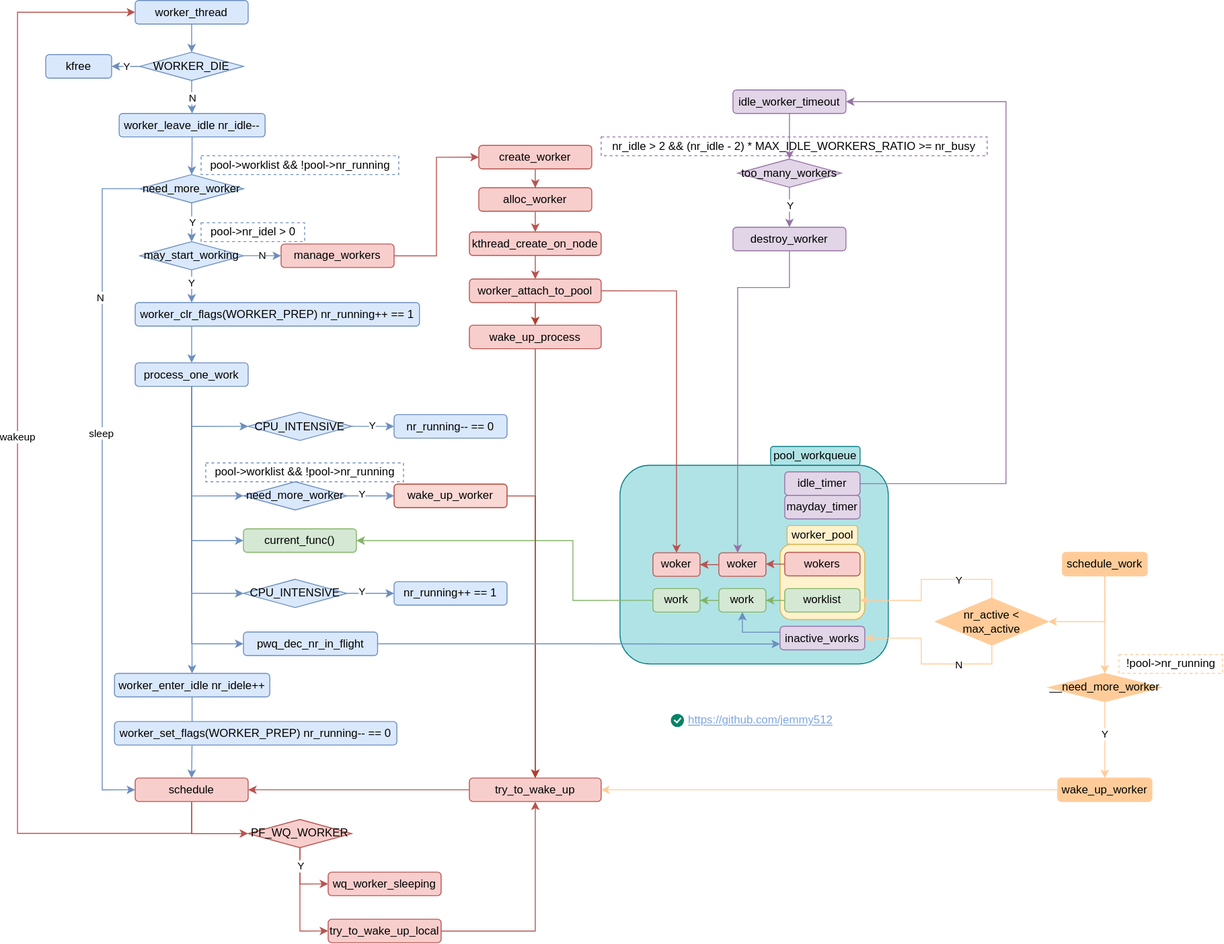
Above: images/kernel/proc-cmwq-flow.svg in jemmy512/book-notes (draw.io), before the change. Source tidied: cells renumbered, new cells last; positions are measured from the earlier drawing's top-left corner, leaving out a move shared by most shapes.
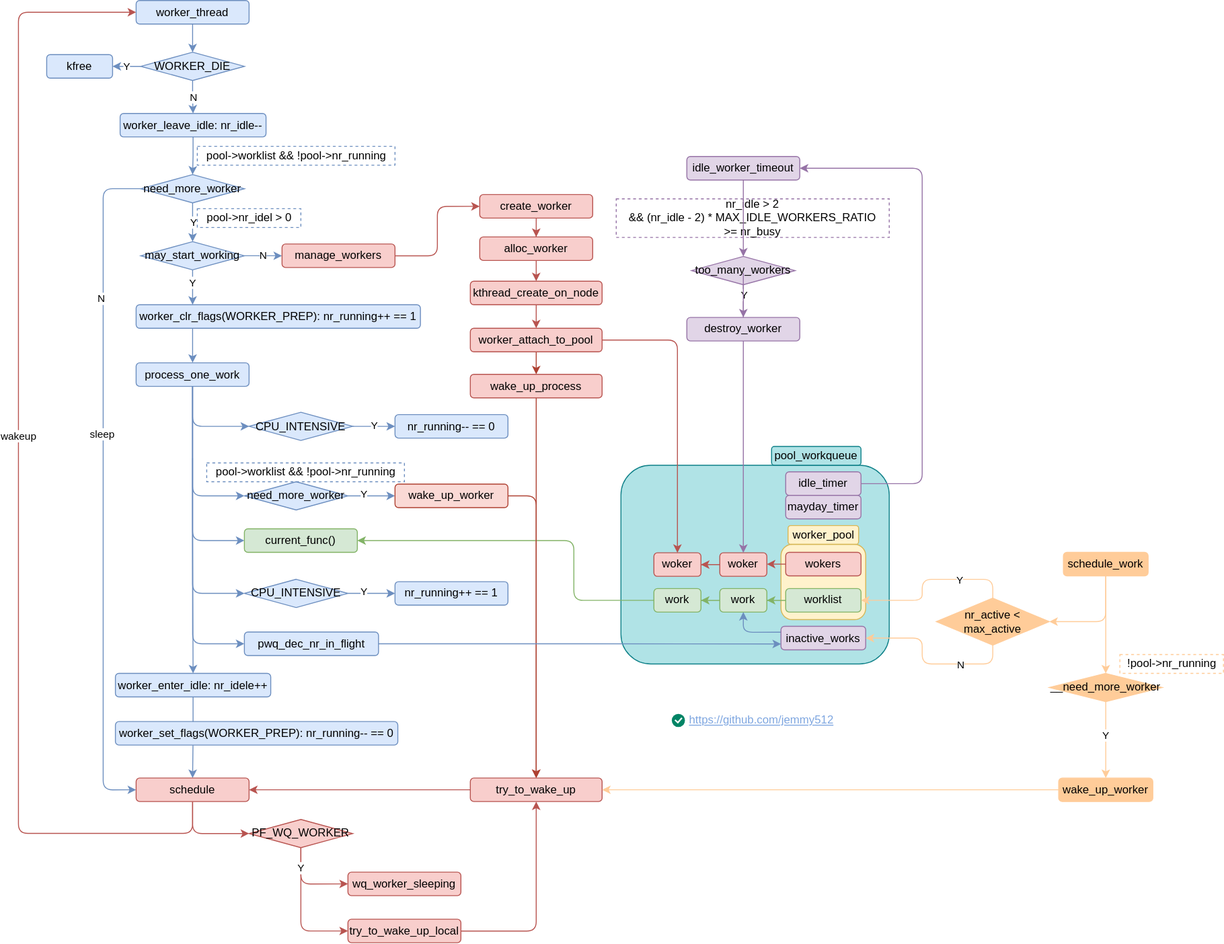
The same diagram one commit later.

Change to the diagram source:
```diff
@@ -1,2 +1,2 @@
-<mxGraphModel>
+<mxGraphModel background="#ffffff">
   <root>
@@ -33,3 +33,3 @@
     </mxCell>
-    <mxCell id="11" value="worker_leave_idle nr_idle--" style="rounded=1;whiteSpace=wrap;html=1;fillColor=#dae8fc;strokeColor=#6c8ebf;" parent="1" vertex="1">
+    <mxCell id="11" value="worker_leave_idle: nr_idle--" style="rounded=1;whiteSpace=wrap;html=1;fillColor=#dae8fc;strokeColor=#6c8ebf;" parent="1" vertex="1">
       <mxGeometry x="108" y="120" width="155" height="25" as="geometry" />
@@ -45,3 +45,3 @@
     </mxCell>
-    <mxCell id="15" style="edgeStyle=orthogonalEdgeStyle;rounded=0;jettySize=auto;html=1;entryX=0;entryY=0.5;entryDx=0;entryDy=0;exitX=0;exitY=0.5;exitDx=0;exitDy=0;fillColor=#dae8fc;strokeColor=#6c8ebf;" parent="1" edge="1" source="14" target="43">
+    <mxCell id="15" style="edgeStyle=orthogonalEdgeStyle;rounded=1;jettySize=auto;html=1;entryX=0;entryY=0.5;entryDx=0;entryDy=0;exitX=0;exitY=0.5;exitDx=0;exitDy=0;fillColor=#dae8fc;strokeColor=#6c8ebf;curved=0;" parent="1" edge="1" source="14" target="43">
       <mxGeometry relative="1" as="geometry">
@@ -78,3 +78,3 @@
     </mxCell>
-    <mxCell id="22" style="edgeStyle=orthogonalEdgeStyle;rounded=0;jettySize=auto;html=1;entryX=0;entryY=0.5;entryDx=0;entryDy=0;fillColor=#f8cecc;strokeColor=#b85450;" parent="1" edge="1" source="23" target="25">
+    <mxCell id="22" style="edgeStyle=orthogonalEdgeStyle;rounded=1;jettySize=auto;html=1;entryX=0;entryY=0.5;entryDx=0;entryDy=0;fillColor=#f8cecc;strokeColor=#b85450;curved=0;" parent="1" edge="1" source="23" target="25">
       <mxGeometry relative="1" as="geometry" />
@@ -88,5 +88,5 @@
     <mxCell id="25" value="create_worker" style="rounded=1;whiteSpace=wrap;html=1;fillColor=#f8cecc;strokeColor=#b85450;" parent="1" vertex="1">
-      <mxGeometry x="490" y="154" width="120" height="25" as="geometry" />
+      <mxGeometry x="490" y="206.2" width="120" height="25" as="geometry" />
     </mxCell>
-    <mxCell id="26" style="edgeStyle=orthogonalEdgeStyle;rounded=0;jettySize=auto;html=1;entryX=0;entryY=0.5;entryDx=0;entryDy=0;fillColor=#dae8fc;strokeColor=#6c8ebf;" parent="1" edge="1" target="35">
+    <mxCell id="26" style="edgeStyle=orthogonalEdgeStyle;rounded=1;jettySize=auto;html=1;entryX=0;entryY=0.5;entryDx=0;entryDy=0;fillColor=#dae8fc;strokeColor=#6c8ebf;curved=0;" parent="1" edge="1" target="35">
       <mxGeometry relative="1" as="geometry">
@@ -98,3 +98,3 @@
     </mxCell>
-    <mxCell id="27" style="edgeStyle=orthogonalEdgeStyle;rounded=0;jettySize=auto;html=1;entryX=0;entryY=0.5;entryDx=0;entryDy=0;fillColor=#dae8fc;strokeColor=#6c8ebf;exitX=0.5;exitY=1;exitDx=0;exitDy=0;" parent="1" edge="1" source="32" target="38">
+    <mxCell id="27" style="edgeStyle=orthogonalEdgeStyle;rounded=1;jettySize=auto;html=1;entryX=0;entryY=0.5;entryDx=0;entryDy=0;fillColor=#dae8fc;strokeColor=#6c8ebf;exitX=0.5;exitY=1;exitDx=0;exitDy=0;curved=0;" parent="1" edge="1" source="32" target="38">
       <mxGeometry relative="1" as="geometry" />
@@ -104,9 +104,9 @@
     </mxCell>
-    <mxCell id="29" style="edgeStyle=orthogonalEdgeStyle;rounded=0;jettySize=auto;html=1;entryX=0;entryY=0.5;entryDx=0;entryDy=0;fillColor=#dae8fc;strokeColor=#6c8ebf;" parent="1" edge="1" source="32" target="88">
+    <mxCell id="29" style="edgeStyle=orthogonalEdgeStyle;rounded=1;jettySize=auto;html=1;entryX=0;entryY=0.5;entryDx=0;entryDy=0;fillColor=#dae8fc;strokeColor=#6c8ebf;curved=0;" parent="1" edge="1" source="32" target="88">
       <mxGeometry relative="1" as="geometry" />
     </mxCell>
-    <mxCell id="30" style="edgeStyle=orthogonalEdgeStyle;rounded=0;jettySize=auto;html=1;entryX=0;entryY=0.5;entryDx=0;entryDy=0;fillColor=#dae8fc;strokeColor=#6c8ebf;" parent="1" edge="1" source="32" target="91">
+    <mxCell id="30" style="edgeStyle=orthogonalEdgeStyle;rounded=1;jettySize=auto;html=1;entryX=0;entryY=0.5;entryDx=0;entryDy=0;fillColor=#dae8fc;strokeColor=#6c8ebf;curved=0;" parent="1" edge="1" source="32" target="91">
       <mxGeometry relative="1" as="geometry" />
     </mxCell>
-    <mxCell id="31" style="edgeStyle=orthogonalEdgeStyle;rounded=0;jettySize=auto;html=1;entryX=0;entryY=0.5;entryDx=0;entryDy=0;fillColor=#dae8fc;strokeColor=#6c8ebf;" parent="1" edge="1" source="32" target="116">
+    <mxCell id="31" style="edgeStyle=orthogonalEdgeStyle;rounded=1;jettySize=auto;html=1;entryX=0;entryY=0.5;entryDx=0;entryDy=0;fillColor=#dae8fc;strokeColor=#6c8ebf;curved=0;" parent="1" edge="1" source="32" target="116">
       <mxGeometry relative="1" as="geometry">
@@ -129,3 +129,3 @@
     </mxCell>
-    <mxCell id="36" style="edgeStyle=orthogonalEdgeStyle;rounded=0;jettySize=auto;html=1;entryX=0.5;entryY=0;entryDx=0;entryDy=0;fillColor=#fad9d5;strokeColor=#ae4132;" parent="1" edge="1" source="37" target="69">
+    <mxCell id="36" style="edgeStyle=orthogonalEdgeStyle;rounded=1;jettySize=auto;html=1;entryX=0.5;entryY=0;entryDx=0;entryDy=0;fillColor=#fad9d5;strokeColor=#ae4132;curved=0;" parent="1" edge="1" source="37" target="69">
       <mxGeometry relative="1" as="geometry">
@@ -145,6 +145,6 @@
     </mxCell>
-    <mxCell id="40" value="worker_enter_idle nr_idele++" style="rounded=1;whiteSpace=wrap;html=1;fillColor=#dae8fc;strokeColor=#6c8ebf;" parent="1" vertex="1">
+    <mxCell id="40" value="worker_enter_idle: nr_idele++" style="rounded=1;whiteSpace=wrap;html=1;fillColor=#dae8fc;strokeColor=#6c8ebf;" parent="1" vertex="1">
       <mxGeometry x="103" y="715" width="165" height="25" as="geometry" />
     </mxCell>
-    <mxCell id="41" value="wakeup" style="edgeStyle=orthogonalEdgeStyle;rounded=0;jettySize=auto;html=1;entryX=0;entryY=0.5;entryDx=0;entryDy=0;fillColor=#f8cecc;strokeColor=#b85450;" parent="1" edge="1" source="43" target="5">
+    <mxCell id="41" value="wakeup" style="edgeStyle=orthogonalEdgeStyle;rounded=1;jettySize=auto;html=1;entryX=0;entryY=0.5;entryDx=0;entryDy=0;fillColor=#f8cecc;strokeColor=#b85450;curved=0;" parent="1" edge="1" source="43" target="5">
       <mxGeometry x="0.05" relative="1" as="geometry">
@@ -157,3 +157,3 @@
     </mxCell>
-    <mxCell id="42" style="edgeStyle=orthogonalEdgeStyle;rounded=0;jettySize=auto;html=1;entryX=0;entryY=0.5;entryDx=0;entryDy=0;fillColor=#f8cecc;strokeColor=#b85450;" parent="1" edge="1" source="43" target="97">
+    <mxCell id="42" style="edgeStyle=orthogonalEdgeStyle;rounded=1;jettySize=auto;html=1;entryX=0;entryY=0.5;entryDx=0;entryDy=0;fillColor=#f8cecc;strokeColor=#b85450;curved=0;" parent="1" edge="1" source="43" target="97">
       <mxGeometry relative="1" as="geometry">
@@ -176,3 +176,3 @@
     </mxCell>
-    <mxCell id="47" style="edgeStyle=orthogonalEdgeStyle;rounded=0;jettySize=auto;html=1;entryX=1;entryY=0.5;entryDx=0;entryDy=0;fillColor=#d5e8d4;strokeColor=#82b366;exitX=0;exitY=0.5;exitDx=0;exitDy=0;" parent="1" edge="1" source="48" target="38">
+    <mxCell id="47" style="edgeStyle=orthogonalEdgeStyle;rounded=1;jettySize=auto;html=1;entryX=1;entryY=0.5;entryDx=0;entryDy=0;fillColor=#d5e8d4;strokeColor=#82b366;exitX=0;exitY=0.5;exitDx=0;exitDy=0;curved=0;" parent="1" edge="1" source="48" target="38">
       <mxGeometry relative="1" as="geometry">
@@ -209,6 +209,6 @@
     <mxCell id="56" value="pool-&amp;gt;nr_idel &amp;gt; 0" style="text;html=1;align=center;verticalAlign=middle;strokeColor=#6c8ebf;dashed=1;" parent="1" vertex="1">
-      <mxGeometry x="195" y="236.2" width="110" height="20" as="geometry" />
+      <mxGeometry x="190" y="221.2" width="110" height="20" as="geometry" />
     </mxCell>
     <mxCell id="57" value="&lt;span&gt;pool-&amp;gt;worklist &amp;amp;&amp;amp; !pool-&amp;gt;nr_running&lt;/span&gt;" style="text;html=1;align=center;verticalAlign=middle;strokeColor=#6c8ebf;dashed=1;" parent="1" vertex="1">
-      <mxGeometry x="195" y="165" width="210" height="20" as="geometry" />
+      <mxGeometry x="190" y="155" width="210" height="20" as="geometry" />
     </mxCell>
@@ -221,3 +221,3 @@
     <mxCell id="60" value="alloc_worker" style="rounded=1;whiteSpace=wrap;html=1;fillColor=#f8cecc;strokeColor=#b85450;" parent="1" vertex="1">
-      <mxGeometry x="490" y="199" width="120" height="25" as="geometry" />
+      <mxGeometry x="490" y="251.2" width="120" height="25" as="geometry" />
     </mxCell>
@@ -226,3 +226,3 @@
     </mxCell>
-    <mxCell id="62" style="edgeStyle=orthogonalEdgeStyle;rounded=0;jettySize=auto;html=1;fillColor=#f8cecc;strokeColor=#b85450;exitX=1;exitY=0.5;exitDx=0;exitDy=0;" parent="1" edge="1" source="65" target="53">
+    <mxCell id="62" style="edgeStyle=orthogonalEdgeStyle;rounded=1;jettySize=auto;html=1;fillColor=#f8cecc;strokeColor=#b85450;exitX=1;exitY=0.5;exitDx=0;exitDy=0;curved=0;" parent="1" edge="1" source="65" target="53">
       <mxGeometry relative="1" as="geometry" />
@@ -230,3 +230,3 @@
     <mxCell id="63" value="kthread_create_on_node" style="rounded=1;whiteSpace=wrap;html=1;fillColor=#f8cecc;strokeColor=#b85450;" parent="1" vertex="1">
-      <mxGeometry x="480" y="246" width="140" height="25" as="geometry" />
+      <mxGeometry x="480" y="298.2" width="140" height="25" as="geometry" />
     </mxCell>
@@ -236,5 +236,5 @@
     <mxCell id="65" value="worker_attach_to_pool" style="rounded=1;whiteSpace=wrap;html=1;fillColor=#f8cecc;strokeColor=#b85450;" parent="1" vertex="1">
-      <mxGeometry x="480" y="296" width="140" height="25" as="geometry" />
+      <mxGeometry x="480" y="348.2" width="140" height="25" as="geometry" />
     </mxCell>
-    <mxCell id="66" style="edgeStyle=orthogonalEdgeStyle;rounded=0;jettySize=auto;html=1;fillColor=#fad9d5;strokeColor=#ae4132;" parent="1" edge="1" source="67" target="69">
+    <mxCell id="66" style="edgeStyle=orthogonalEdgeStyle;rounded=1;jettySize=auto;html=1;fillColor=#fad9d5;strokeColor=#ae4132;curved=0;" parent="1" edge="1" source="67" target="69">
       <mxGeometry relative="1" as="geometry" />
@@ -242,3 +242,3 @@
     <mxCell id="67" value="wake_up_process" style="rounded=1;whiteSpace=wrap;html=1;fillColor=#f8cecc;strokeColor=#b85450;" parent="1" vertex="1">
-      <mxGeometry x="480" y="345" width="140" height="25" as="geometry" />
+      <mxGeometry x="480" y="397.2" width="140" height="25" as="geometry" />
     </mxCell>
@@ -250,4 +250,4 @@
     </mxCell>
-    <mxCell id="70" value="nr_idle &gt; 2 &amp;&amp; (nr_idle - 2) * MAX_IDLE_WORKERS_RATIO &gt;= nr_busy" style="text;html=1;align=center;verticalAlign=middle;whiteSpace=wrap;rounded=0;dashed=1;strokeColor=#9673a6;" parent="1" vertex="1">
-      <mxGeometry x="620" y="145" width="410" height="20" as="geometry" />
+    <mxCell id="70" value="nr_idle &amp;gt; 2 &lt;br&gt;&amp;amp;&amp;amp; (nr_idle - 2) * MAX_IDLE_WORKERS_RATIO &lt;br&gt;&amp;gt;= nr_busy" style="text;html=1;align=center;verticalAlign=middle;whiteSpace=wrap;rounded=0;dashed=1;strokeColor=#9673a6;" parent="1" vertex="1">
+      <mxGeometry x="635" y="210.8" width="290" height="41" as="geometry" />
     </mxCell>
@@ -257,3 +257,3 @@
     <mxCell id="72" value="idle_worker_timeout" style="rounded=1;whiteSpace=wrap;html=1;fillColor=#e1d5e7;strokeColor=#9673a6;" parent="1" vertex="1">
-      <mxGeometry x="760" y="95" width="120" height="25" as="geometry" />
+      <mxGeometry x="710" y="165.8" width="120" height="25" as="geometry" />
     </mxCell>
@@ -268,9 +268,9 @@
     <mxCell id="75" value="too_many_workers" style="rhombus;whiteSpace=wrap;html=1;fillColor=#e1d5e7;strokeColor=#9673a6;" parent="1" vertex="1">
-      <mxGeometry x="765" y="168.5" width="110" height="30" as="geometry" />
+      <mxGeometry x="715" y="272" width="110" height="30" as="geometry" />
     </mxCell>
-    <mxCell id="76" style="edgeStyle=orthogonalEdgeStyle;rounded=0;jettySize=auto;html=1;fillColor=#e1d5e7;strokeColor=#9673a6;" parent="1" edge="1" source="77" target="55">
+    <mxCell id="76" style="edgeStyle=orthogonalEdgeStyle;rounded=1;jettySize=auto;html=1;fillColor=#e1d5e7;strokeColor=#9673a6;curved=0;entryX=0.5;entryY=0;entryDx=0;entryDy=0;exitX=0.5;exitY=1;exitDx=0;exitDy=0;" parent="1" edge="1" source="77" target="55">
       <mxGeometry relative="1" as="geometry">
         <Array as="points">
-          <mxPoint x="820" y="305" />
-          <mxPoint x="765" y="305" />
+          <mxPoint x="770" y="285" />
+          <mxPoint x="770" y="285" />
         </Array>
@@ -279,9 +279,9 @@
     <mxCell id="77" value="destroy_worker" style="rounded=1;whiteSpace=wrap;html=1;fillColor=#e1d5e7;strokeColor=#9673a6;" parent="1" vertex="1">
-      <mxGeometry x="760" y="241" width="120" height="25" as="geometry" />
+      <mxGeometry x="710" y="336.8" width="120" height="25" as="geometry" />
     </mxCell>
-    <mxCell id="78" style="edgeStyle=orthogonalEdgeStyle;rounded=0;jettySize=auto;html=1;entryX=1;entryY=0.5;entryDx=0;entryDy=0;fillColor=#e1d5e7;strokeColor=#9673a6;" parent="1" edge="1" source="79" target="72">
+    <mxCell id="78" style="edgeStyle=orthogonalEdgeStyle;rounded=1;jettySize=auto;html=1;entryX=1;entryY=0.5;entryDx=0;entryDy=0;fillColor=#e1d5e7;strokeColor=#9673a6;curved=0;" parent="1" edge="1" source="79" target="72">
       <mxGeometry relative="1" as="geometry">
         <Array as="points">
-          <mxPoint x="1050" y="513" />
-          <mxPoint x="1050" y="108" />
+          <mxPoint x="960" y="513" />
+          <mxPoint x="960" y="178" />
         </Array>
@@ -295,3 +295,3 @@
     </mxCell>
-    <mxCell id="81" style="edgeStyle=orthogonalEdgeStyle;rounded=0;jettySize=auto;html=1;entryX=0.5;entryY=1;entryDx=0;entryDy=0;fillColor=#dae8fc;strokeColor=#6c8ebf;exitX=0;exitY=0.25;exitDx=0;exitDy=0;" parent="1" edge="1" source="82" target="50">
+    <mxCell id="81" style="edgeStyle=orthogonalEdgeStyle;rounded=1;jettySize=auto;html=1;entryX=0.5;entryY=1;entryDx=0;entryDy=0;fillColor=#dae8fc;strokeColor=#6c8ebf;exitX=0;exitY=0.25;exitDx=0;exitDy=0;curved=0;" parent="1" edge="1" source="82" target="50">
       <mxGeometry relative="1" as="geometry" />
@@ -309,6 +309,6 @@
     </mxCell>
-    <mxCell id="84" value="worker_clr_flags(WORKER_PREP) nr_running++ == 1" style="rounded=1;whiteSpace=wrap;html=1;fillColor=#dae8fc;strokeColor=#6c8ebf;" parent="1" vertex="1">
-      <mxGeometry x="125" y="321" width="302" height="25" as="geometry" />
+    <mxCell id="84" value="worker_clr_flags(WORKER_PREP): nr_running++ == 1" style="rounded=1;whiteSpace=wrap;html=1;fillColor=#dae8fc;strokeColor=#6c8ebf;" parent="1" vertex="1">
+      <mxGeometry x="125" y="323.2" width="302" height="25" as="geometry" />
     </mxCell>
-    <mxCell id="85" value="worker_set_flags(WORKER_PREP) nr_running-- == 0" style="rounded=1;whiteSpace=wrap;html=1;fillColor=#dae8fc;strokeColor=#6c8ebf;" parent="1" vertex="1">
+    <mxCell id="85" value="worker_set_flags(WORKER_PREP): nr_running-- == 0" style="rounded=1;whiteSpace=wrap;html=1;fillColor=#dae8fc;strokeColor=#6c8ebf;" parent="1" vertex="1">
       <mxGeometry x="103" y="766.2" width="300" height="25" as="geometry" />
@@ -339,6 +339,6 @@
     </mxCell>
-    <mxCell id="94" style="edgeStyle=orthogonalEdgeStyle;rounded=0;jettySize=auto;html=1;entryX=0;entryY=0.5;entryDx=0;entryDy=0;fillColor=#f8cecc;strokeColor=#b85450;" parent="1" edge="1" source="97" target="98">
+    <mxCell id="94" style="edgeStyle=orthogonalEdgeStyle;rounded=1;jettySize=auto;html=1;entryX=0;entryY=0.5;entryDx=0;entryDy=0;fillColor=#f8cecc;strokeColor=#b85450;curved=0;" parent="1" edge="1" source="97" target="98">
       <mxGeometry relative="1" as="geometry" />
     </mxCell>
-    <mxCell id="95" style="edgeStyle=orthogonalEdgeStyle;rounded=0;jettySize=auto;html=1;entryX=0;entryY=0.5;entryDx=0;entryDy=0;fillColor=#f8cecc;strokeColor=#b85450;" parent="1" edge="1" source="97" target="100">
+    <mxCell id="95" style="edgeStyle=orthogonalEdgeStyle;rounded=1;jettySize=auto;html=1;entryX=0;entryY=0.5;entryDx=0;entryDy=0;fillColor=#f8cecc;strokeColor=#b85450;curved=0;" parent="1" edge="1" source="97" target="100">
       <mxGeometry relative="1" as="geometry" />
@@ -354,5 +354,5 @@
     <mxCell id="98" value="wq_worker_sleeping" style="rounded=1;whiteSpace=wrap;html=1;fillColor=#f8cecc;strokeColor=#b85450;" parent="1" vertex="1">
-      <mxGeometry x="330" y="926.2" width="120" height="25" as="geometry" />
+      <mxGeometry x="350" y="926.2" width="120" height="25" as="geometry" />
     </mxCell>
-    <mxCell id="99" style="edgeStyle=orthogonalEdgeStyle;rounded=0;jettySize=auto;html=1;fillColor=#f8cecc;strokeColor=#b85450;" parent="1" edge="1" source="100" target="69">
+    <mxCell id="99" style="edgeStyle=orthogonalEdgeStyle;rounded=1;jettySize=auto;html=1;fillColor=#f8cecc;strokeColor=#b85450;curved=0;" parent="1" edge="1" source="100" target="69">
       <mxGeometry relative="1" as="geometry" />
@@ -360,5 +360,5 @@
     <mxCell id="100" value="try_to_wake_up_local" style="rounded=1;whiteSpace=wrap;html=1;fillColor=#f8cecc;strokeColor=#b85450;" parent="1" vertex="1">
-      <mxGeometry x="330" y="976.2" width="120" height="25" as="geometry" />
+      <mxGeometry x="350" y="976.2" width="120" height="25" as="geometry" />
     </mxCell>
-    <mxCell id="101" style="edgeStyle=orthogonalEdgeStyle;rounded=0;jettySize=auto;html=1;entryX=1;entryY=0.5;entryDx=0;entryDy=0;fillColor=#ffcc99;strokeColor=#FFCC99;" parent="1" edge="1" source="103" target="108">
+    <mxCell id="101" style="edgeStyle=orthogonalEdgeStyle;rounded=1;jettySize=auto;html=1;entryX=1;entryY=0.5;entryDx=0;entryDy=0;fillColor=#ffcc99;strokeColor=#FFCC99;curved=0;" parent="1" edge="1" source="103" target="108">
       <mxGeometry relative="1" as="geometry">
@@ -369,3 +369,3 @@
     </mxCell>
-    <mxCell id="102" style="edgeStyle=orthogonalEdgeStyle;rounded=0;jettySize=auto;html=1;fillColor=#ffcc99;strokeColor=#FFCC99;" parent="1" edge="1" source="103" target="111">
+    <mxCell id="102" style="edgeStyle=orthogonalEdgeStyle;rounded=1;jettySize=auto;html=1;fillColor=#ffcc99;strokeColor=#FFCC99;curved=0;" parent="1" edge="1" source="103" target="111">
       <mxGeometry relative="1" as="geometry" />
@@ -375,3 +375,3 @@
     </mxCell>
-    <mxCell id="104" style="edgeStyle=orthogonalEdgeStyle;rounded=0;jettySize=auto;html=1;entryX=1;entryY=0.5;entryDx=0;entryDy=0;exitX=0.5;exitY=0;exitDx=0;exitDy=0;gradientColor=#97d077;fillColor=#d5e8d4;strokeColor=#FFCC99;" parent="1" edge="1" source="108" target="46">
+    <mxCell id="104" style="edgeStyle=orthogonalEdgeStyle;rounded=1;jettySize=auto;html=1;entryX=1;entryY=0.5;entryDx=0;entryDy=0;exitX=0.5;exitY=0;exitDx=0;exitDy=0;gradientColor=#97d077;fillColor=#d5e8d4;strokeColor=#FFCC99;curved=0;" parent="1" edge="1" source="108" target="46">
       <mxGeometry relative="1" as="geometry">
@@ -389,3 +389,3 @@
     </mxCell>
-    <mxCell id="106" style="edgeStyle=orthogonalEdgeStyle;rounded=0;jettySize=auto;html=1;entryX=1;entryY=0.5;entryDx=0;entryDy=0;exitX=0.5;exitY=1;exitDx=0;exitDy=0;gradientColor=#97d077;fillColor=#d5e8d4;strokeColor=#FFCC99;" parent="1" edge="1" source="108" target="82">
+    <mxCell id="106" style="edgeStyle=orthogonalEdgeStyle;rounded=1;jettySize=auto;html=1;entryX=1;entryY=0.5;entryDx=0;entryDy=0;exitX=0.5;exitY=1;exitDx=0;exitDy=0;gradientColor=#97d077;fillColor=#d5e8d4;strokeColor=#FFCC99;curved=0;" parent="1" edge="1" source="108" target="82">
       <mxGeometry relative="1" as="geometry">
@@ -415,3 +415,3 @@
     </mxCell>
-    <mxCell id="112" style="edgeStyle=orthogonalEdgeStyle;rounded=0;jettySize=auto;html=1;fillColor=#cdeb8b;strokeColor=#FFCC99;" parent="1" edge="1" source="113" target="69">
+    <mxCell id="112" style="edgeStyle=orthogonalEdgeStyle;rounded=1;jettySize=auto;html=1;fillColor=#cdeb8b;strokeColor=#FFCC99;curved=0;" parent="1" edge="1" source="113" target="69">
       <mxGeometry relative="1" as="geometry" />
```
